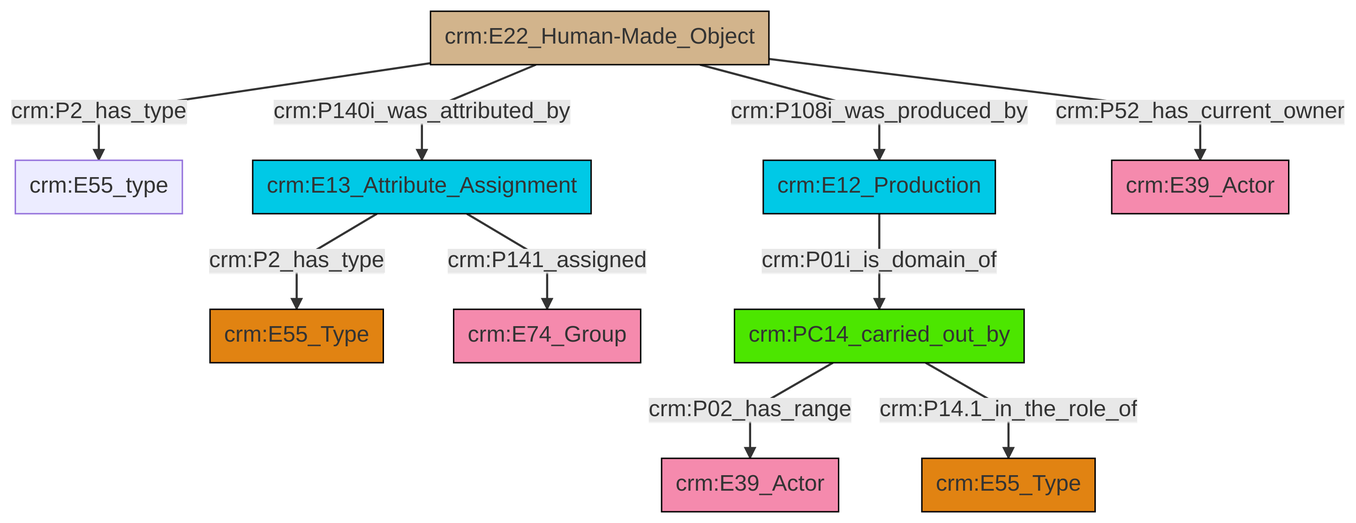
Before: et/builtWorkCSV/ttl/mmd/png/Built_Work_actor_relations.png, a diagram exported from Mermaid (swiss-art-research-net/docs.swissartresearch). Its source is kept beside it as et/builtWorkCSV/ttl/mmd/Built_Work_actor_relations.ttl.mmd.
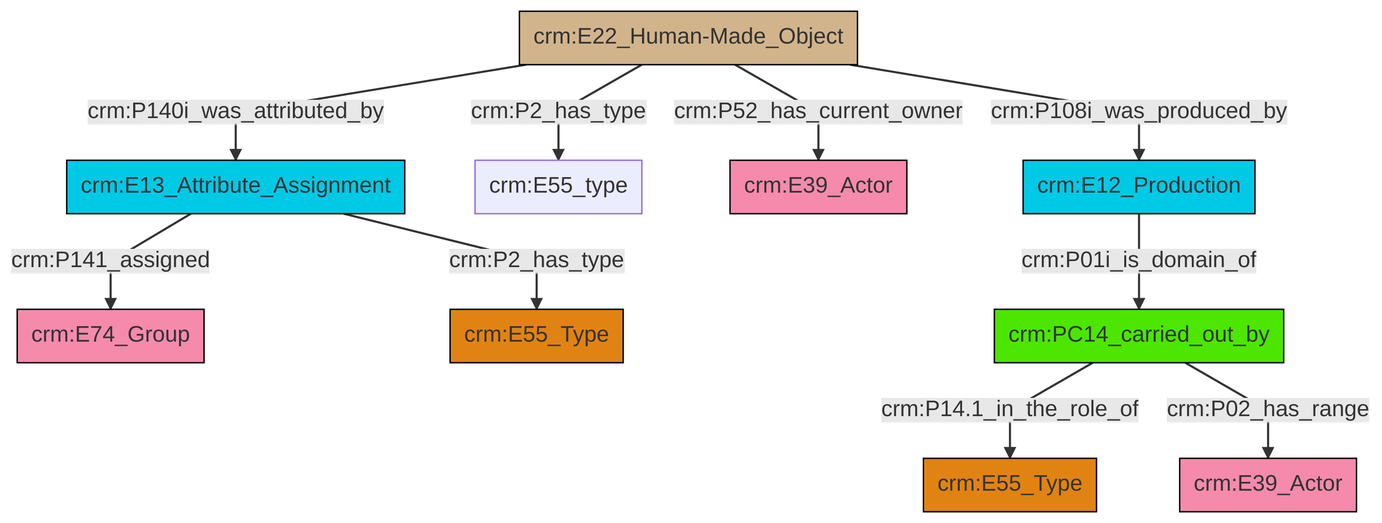
Later version of the same file.

What changed in the source:
```diff
@@ -13,12 +13,12 @@
 classDef PC_Classes fill:#4ce600, stroke:#000000;
 classDef Multi fill:#cccccc,stroke:#000000;
 
-4["crm:E22_Human-Made_Object"]:::Physical_Thing -->|crm:P2_has_type| 5["crm:E55_type"]:::Default
-4["crm:E22_Human-Made_Object"]:::Physical_Thing -->|crm:P140i_was_attributed_by| 6["crm:E13_Attribute_Assignment"]:::Temporal_Entity
-6["crm:E13_Attribute_Assignment"]:::Temporal_Entity -->|crm:P2_has_type| 7["crm:E55_Type"]:::Type
-10["crm:PC14_carried_out_by"]:::PC_Classes -->|crm:P02_has_range| 0["crm:E39_Actor"]:::Actor
-6["crm:E13_Attribute_Assignment"]:::Temporal_Entity -->|crm:P141_assigned| 11["crm:E74_Group"]:::Actor
-10["crm:PC14_carried_out_by"]:::PC_Classes -->|crm:P14.1_in_the_role_of| 15["crm:E55_Type"]:::Type
-4["crm:E22_Human-Made_Object"]:::Physical_Thing -->|crm:P108i_was_produced_by| 2["crm:E12_Production"]:::Temporal_Entity
-4["crm:E22_Human-Made_Object"]:::Physical_Thing -->|crm:P52_has_current_owner| 18["crm:E39_Actor"]:::Actor
-2["crm:E12_Production"]:::Temporal_Entity -->|crm:P01i_is_domain_of| 10["crm:PC14_carried_out_by"]:::PC_Classes
+0["crm:E22_Human-Made_Object"]:::Physical_Thing -->|crm:P140i_was_attributed_by| 1["crm:E13_Attribute_Assignment"]:::Temporal_Entity
+1["crm:E13_Attribute_Assignment"]:::Temporal_Entity -->|crm:P141_assigned| 2["crm:E74_Group"]:::Actor
+1["crm:E13_Attribute_Assignment"]:::Temporal_Entity -->|crm:P2_has_type| 3["crm:E55_Type"]:::Type
+0["crm:E22_Human-Made_Object"]:::Physical_Thing -->|crm:P2_has_type| 4["crm:E55_type"]:::Default
+0["crm:E22_Human-Made_Object"]:::Physical_Thing -->|crm:P52_has_current_owner| 7["crm:E39_Actor"]:::Actor
+5["crm:PC14_carried_out_by"]:::PC_Classes -->|crm:P14.1_in_the_role_of| 9["crm:E55_Type"]:::Type
+5["crm:PC14_carried_out_by"]:::PC_Classes -->|crm:P02_has_range| 14["crm:E39_Actor"]:::Actor
+10["crm:E12_Production"]:::Temporal_Entity -->|crm:P01i_is_domain_of| 5["crm:PC14_carried_out_by"]:::PC_Classes
+0["crm:E22_Human-Made_Object"]:::Physical_Thing -->|crm:P108i_was_produced_by| 10["crm:E12_Production"]:::Temporal_Entity
```
